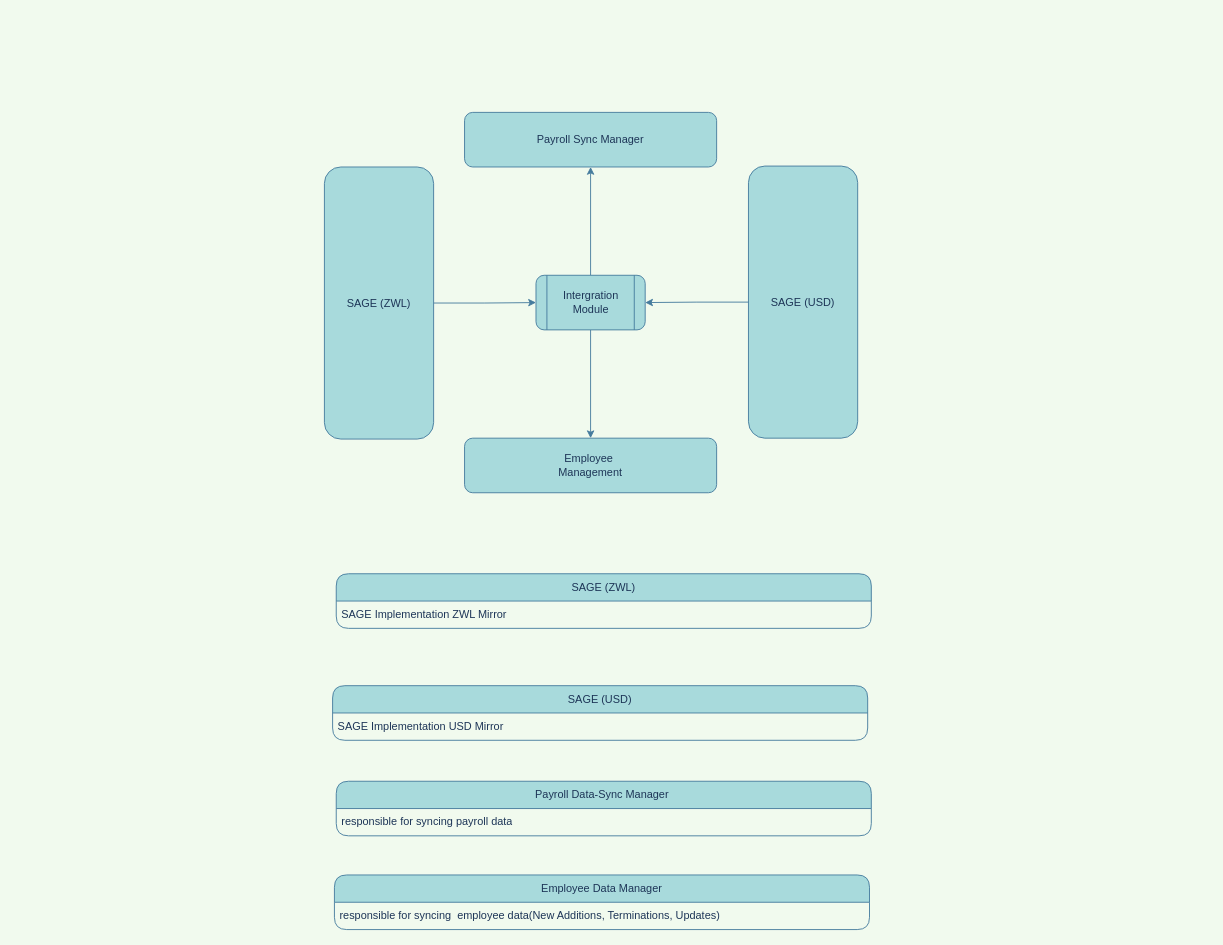
This is sage2sage.drawio from nyashaChiza/design, a draw.io file, before an edit. Source tidied: cells renumbered, new cells numbered last; positions are measured from the earlier drawing's top-left corner, leaving out a move shared by most shapes. Both pictures are drawn from the tidied source at 91%, with x=0, y=0 at pixel (324, 112).
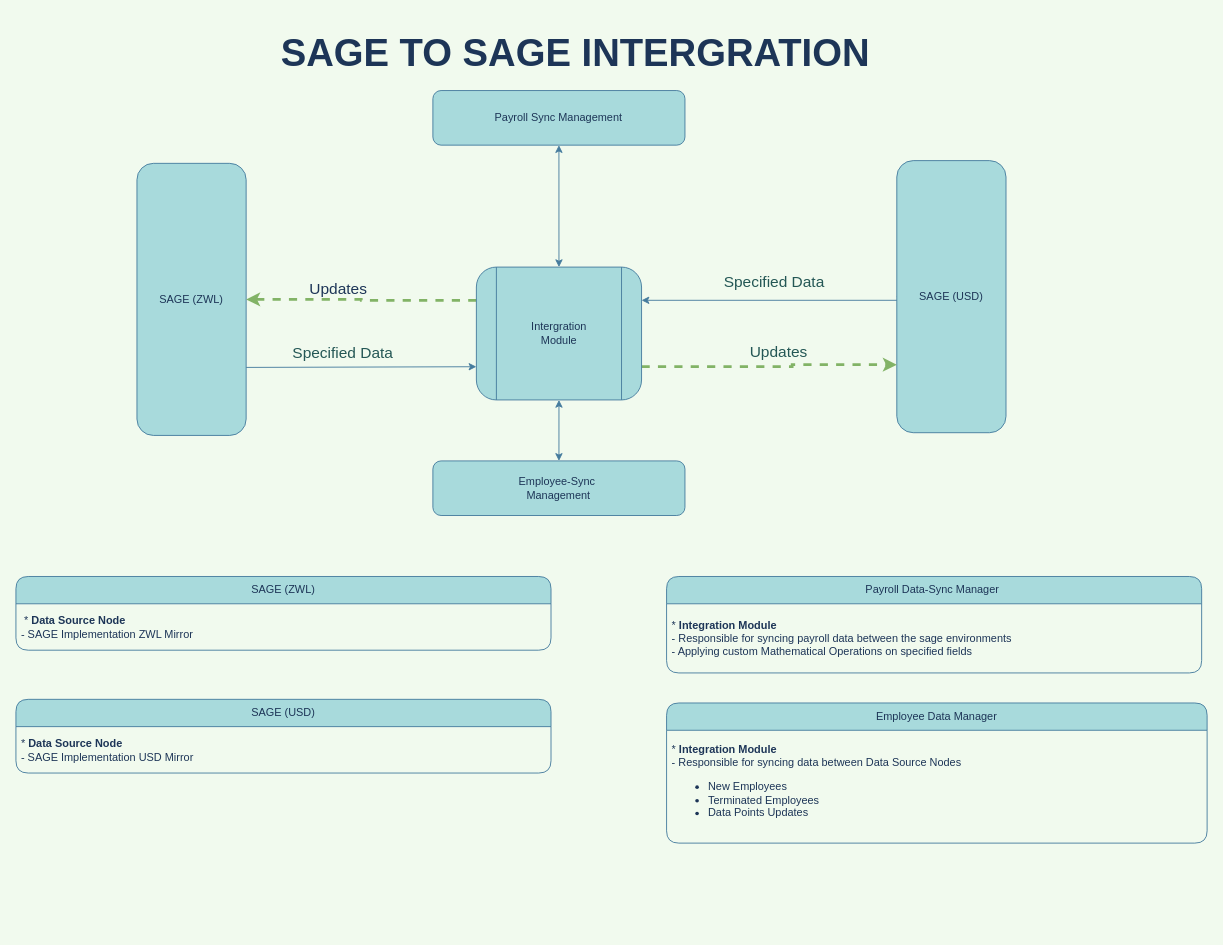
The same page after the edit.

Diff of the diagram source:
```diff
@@
-    <mxCell id="2" style="edgeStyle=orthogonalEdgeStyle;rounded=0;jettySize=auto;html=1;exitX=1;exitY=0.5;exitDx=0;exitDy=0;labelBackgroundColor=#F1FAEE;strokeColor=#457B9D;fontColor=#1D3557;" parent="1" edge="1" source="3" target="8">
-      <mxGeometry relative="1" as="geometry" />
-    </mxCell>
     <mxCell id="3" value="SAGE (ZWL)" style="rounded=1;whiteSpace=wrap;html=1;fillColor=#A8DADC;strokeColor=#457B9D;fontColor=#1D3557;" parent="1" vertex="1">
-      <mxGeometry y="60" width="120" height="299" as="geometry" />
+      <mxGeometry x="-206" y="56" width="120" height="299" as="geometry" />
     </mxCell>
-    <mxCell id="4" style="edgeStyle=orthogonalEdgeStyle;rounded=0;jettySize=auto;html=1;exitX=0;exitY=0.5;exitDx=0;exitDy=0;entryX=1;entryY=0.5;entryDx=0;entryDy=0;labelBackgroundColor=#F1FAEE;strokeColor=#457B9D;fontColor=#1D3557;" parent="1" edge="1" source="5" target="8">
-      <mxGeometry relative="1" as="geometry" />
+    <mxCell id="4" style="edgeStyle=orthogonalEdgeStyle;rounded=0;jettySize=auto;html=1;exitX=0;exitY=0.5;exitDx=0;exitDy=0;entryX=1;entryY=0.25;entryDx=0;entryDy=0;labelBackgroundColor=#F1FAEE;strokeColor=#457B9D;fontColor=#1D3557;" parent="1" edge="1" source="5" target="8">
+      <mxGeometry relative="1" as="geometry">
+        <Array as="points">
+          <mxPoint x="679" y="206" />
+        </Array>
+      </mxGeometry>
     </mxCell>
     <mxCell id="5" value="SAGE (USD)" style="rounded=1;whiteSpace=wrap;html=1;fillColor=#A8DADC;strokeColor=#457B9D;fontColor=#1D3557;" parent="1" vertex="1">
-      <mxGeometry x="466" y="59" width="120" height="299" as="geometry" />
+      <mxGeometry x="629" y="53" width="120" height="299" as="geometry" />
     </mxCell>
-    <mxCell id="6" style="edgeStyle=orthogonalEdgeStyle;rounded=0;jettySize=auto;html=1;exitX=0.5;exitY=0;exitDx=0;exitDy=0;entryX=0.5;entryY=1;entryDx=0;entryDy=0;labelBackgroundColor=#F1FAEE;strokeColor=#457B9D;fontColor=#1D3557;" parent="1" edge="1" source="8" target="10">
-      <mxGeometry relative="1" as="geometry" />
-    </mxCell>
-    <mxCell id="7" style="edgeStyle=orthogonalEdgeStyle;rounded=0;jettySize=auto;html=1;exitX=0.5;exitY=1;exitDx=0;exitDy=0;labelBackgroundColor=#F1FAEE;strokeColor=#457B9D;fontColor=#1D3557;" parent="1" edge="1" source="8" target="9">
-      <mxGeometry relative="1" as="geometry" />
-    </mxCell>
+    <mxCell id="19" style="edgeStyle=orthogonalEdgeStyle;rounded=0;jettySize=auto;html=1;exitX=0;exitY=0.25;exitDx=0;exitDy=0;entryX=1;entryY=0.5;entryDx=0;entryDy=0;strokeColor=#82b366;fontSize=42;fontColor=#1D3557;fillColor=#d5e8d4;dashed=1;strokeWidth=3;" parent="1" edge="1" source="8" target="3">
+      <mxGeometry relative="1" as="geometry" />
+    </mxCell>
+    <mxCell id="20" style="edgeStyle=orthogonalEdgeStyle;rounded=0;jettySize=auto;html=1;exitX=1;exitY=0.75;exitDx=0;exitDy=0;entryX=0;entryY=0.75;entryDx=0;entryDy=0;dashed=1;strokeColor=#82b366;strokeWidth=3;fontSize=17;fontColor=#1D5732;fillColor=#d5e8d4;" parent="1" edge="1" source="8" target="5">
+      <mxGeometry relative="1" as="geometry">
+        <Array as="points">
+          <mxPoint x="514" y="280" />
+          <mxPoint x="514" y="277" />
+        </Array>
+      </mxGeometry>
+    </mxCell>
     <mxCell id="8" value="Intergration&lt;br&gt;Module&lt;br&gt;" style="shape=process;whiteSpace=wrap;html=1;backgroundOutline=1;rounded=1;fillColor=#A8DADC;strokeColor=#457B9D;fontColor=#1D3557;" parent="1" vertex="1">
-      <mxGeometry x="232.5" y="179" width="120" height="60" as="geometry" />
+      <mxGeometry x="167" y="170" width="181.5" height="146" as="geometry" />
     </mxCell>
-    <mxCell id="9" value="Employee&amp;nbsp;&lt;br&gt;Management" style="whiteSpace=wrap;html=1;rounded=1;strokeColor=#457B9D;fillColor=#A8DADC;fontColor=#1D3557;" parent="1" vertex="1">
-      <mxGeometry x="154" y="358" width="277" height="60" as="geometry" />
+    <mxCell id="9" value="Employee-Sync&amp;nbsp;&lt;br&gt;Management" style="whiteSpace=wrap;html=1;rounded=1;strokeColor=#457B9D;fillColor=#A8DADC;fontColor=#1D3557;" parent="1" vertex="1">
+      <mxGeometry x="119.2" y="383" width="277" height="60" as="geometry" />
     </mxCell>
-    <mxCell id="10" value="Payroll Sync Manager" style="whiteSpace=wrap;html=1;rounded=1;strokeColor=#457B9D;fillColor=#A8DADC;fontColor=#1D3557;" parent="1" vertex="1">
-      <mxGeometry x="154" width="277" height="60" as="geometry" />
+    <mxCell id="10" value="Payroll Sync Management" style="whiteSpace=wrap;html=1;rounded=1;strokeColor=#457B9D;fillColor=#A8DADC;fontColor=#1D3557;" parent="1" vertex="1">
+      <mxGeometry x="119.2" y="-24" width="277" height="60" as="geometry" />
     </mxCell>
     <mxCell id="11" value="SAGE (USD)" style="swimlane;fontStyle=0;horizontal=1;startSize=30;whiteSpace=wrap;html=1;strokeColor=#457B9D;fontColor=#1D3557;fillColor=#A8DADC;rounded=1;" parent="1" vertex="1">
-      <mxGeometry x="9" y="630" width="588" height="60" as="geometry" />
+      <mxGeometry x="-339" y="645" width="588" height="81" as="geometry" />
     </mxCell>
-    <mxCell id="12" value="SAGE Implementation USD Mirror&amp;nbsp;" style="text;strokeColor=none;fillColor=none;align=left;verticalAlign=middle;spacingLeft=4;spacingRight=4;overflow=hidden;whiteSpace=wrap;html=1;fontColor=#1D3557;" parent="11" vertex="1">
-      <mxGeometry y="30" width="588" height="30" as="geometry" />
+    <mxCell id="12" value="* &lt;b&gt;Data Source Node&lt;/b&gt;&lt;br&gt;- SAGE Implementation USD Mirror&amp;nbsp;" style="text;strokeColor=none;fillColor=none;align=left;verticalAlign=middle;spacingLeft=4;spacingRight=4;overflow=hidden;whiteSpace=wrap;html=1;fontColor=#1D3557;" parent="11" vertex="1">
+      <mxGeometry y="30" width="588" height="51" as="geometry" />
     </mxCell>
     <mxCell id="13" value="SAGE (ZWL)" style="swimlane;fontStyle=0;horizontal=1;startSize=30;whiteSpace=wrap;html=1;strokeColor=#457B9D;fontColor=#1D3557;fillColor=#A8DADC;rounded=1;" parent="1" vertex="1">
-      <mxGeometry x="13" y="507" width="588" height="60" as="geometry" />
+      <mxGeometry x="-339" y="510" width="588" height="81" as="geometry" />
     </mxCell>
-    <mxCell id="14" value="SAGE Implementation ZWL Mirror&amp;nbsp;" style="text;strokeColor=none;fillColor=none;align=left;verticalAlign=middle;spacingLeft=4;spacingRight=4;overflow=hidden;whiteSpace=wrap;html=1;fontColor=#1D3557;" parent="13" vertex="1">
-      <mxGeometry y="30" width="588" height="30" as="geometry" />
+    <mxCell id="14" value="&amp;nbsp;* &lt;b&gt;Data Source Node&lt;/b&gt;&lt;br&gt;- SAGE Implementation ZWL Mirror&amp;nbsp;" style="text;strokeColor=none;fillColor=none;align=left;verticalAlign=middle;spacingLeft=4;spacingRight=4;overflow=hidden;whiteSpace=wrap;html=1;fontColor=#1D3557;" parent="13" vertex="1">
+      <mxGeometry y="30" width="588" height="51" as="geometry" />
     </mxCell>
     <mxCell id="15" value="Payroll Data-Sync Manager&amp;nbsp;" style="swimlane;fontStyle=0;horizontal=1;startSize=30;whiteSpace=wrap;html=1;strokeColor=#457B9D;fontColor=#1D3557;fillColor=#A8DADC;rounded=1;" parent="1" vertex="1">
-      <mxGeometry x="13" y="735" width="588" height="60" as="geometry" />
+      <mxGeometry x="376" y="510" width="588" height="106" as="geometry" />
     </mxCell>
-    <mxCell id="16" value="responsible for syncing payroll data" style="text;strokeColor=none;fillColor=none;align=left;verticalAlign=middle;spacingLeft=4;spacingRight=4;overflow=hidden;whiteSpace=wrap;html=1;fontColor=#1D3557;" parent="15" vertex="1">
-      <mxGeometry y="30" width="588" height="30" as="geometry" />
+    <mxCell id="16" value="* &lt;b&gt;Integration Module&lt;/b&gt;&lt;br&gt;- Responsible for syncing payroll data between the sage environments&lt;br&gt;- Applying custom Mathematical Operations on specified fields&amp;nbsp;" style="text;strokeColor=none;fillColor=none;align=left;verticalAlign=middle;spacingLeft=4;spacingRight=4;overflow=hidden;whiteSpace=wrap;html=1;fontColor=#1D3557;" parent="15" vertex="1">
+      <mxGeometry y="30" width="588" height="76" as="geometry" />
     </mxCell>
     <mxCell id="17" value="Employee Data Manager" style="swimlane;fontStyle=0;horizontal=1;startSize=30;whiteSpace=wrap;html=1;strokeColor=#457B9D;fontColor=#1D3557;fillColor=#A8DADC;rounded=1;" parent="1" vertex="1">
-      <mxGeometry x="11" y="838" width="588" height="60" as="geometry" />
+      <mxGeometry x="376" y="649" width="594" height="154" as="geometry" />
     </mxCell>
-    <mxCell id="18" value="responsible for syncing&amp;nbsp; employee data(New Additions, Terminations, Updates)" style="text;strokeColor=none;fillColor=none;align=left;verticalAlign=middle;spacingLeft=4;spacingRight=4;overflow=hidden;whiteSpace=wrap;html=1;fontColor=#1D3557;" parent="17" vertex="1">
-      <mxGeometry y="30" width="588" height="30" as="geometry" />
+    <mxCell id="18" value="* &lt;b&gt;Integration Module&lt;/b&gt;&lt;br&gt;- Responsible for syncing data between Data Source Nodes&lt;br&gt;&lt;ul&gt;&lt;li&gt;New Employees&amp;nbsp;&lt;/li&gt;&lt;li&gt;Terminated Employees&amp;nbsp;&lt;/li&gt;&lt;li&gt;Data Points Updates&lt;/li&gt;&lt;/ul&gt;" style="text;strokeColor=none;fillColor=none;align=left;verticalAlign=middle;spacingLeft=4;spacingRight=4;overflow=hidden;whiteSpace=wrap;html=1;fontColor=#1D3557;" parent="17" vertex="1">
+      <mxGeometry y="30" width="594" height="124" as="geometry" />
     </mxCell>
+    <mxCell id="21" value="&lt;h1&gt;&lt;font style=&quot;font-size: 42px;&quot;&gt;SAGE TO SAGE INTERGRATION&lt;/font&gt;&lt;/h1&gt;" style="text;html=1;strokeColor=none;fillColor=none;align=center;verticalAlign=middle;whiteSpace=wrap;rounded=0;fontColor=#1D3557;" parent="1" vertex="1">
+      <mxGeometry x="-86" y="-80" width="724" height="30" as="geometry" />
+    </mxCell>
+    <mxCell id="6" style="endArrow=classic;startArrow=classic;html=1;rounded=0;strokeColor=#457B9D;fontSize=42;fontColor=#1D3557;fillColor=#A8DADC;entryX=0.5;entryY=1;entryDx=0;entryDy=0;exitX=0.5;exitY=0;exitDx=0;exitDy=0;" parent="1" edge="1" source="8" target="10">
+      <mxGeometry relative="1" as="geometry" />
+    </mxCell>
+    <mxCell id="22" style="endArrow=classic;startArrow=classic;html=1;rounded=0;strokeColor=#457B9D;fontSize=42;fontColor=#1D3557;fillColor=#A8DADC;entryX=0.5;entryY=1;entryDx=0;entryDy=0;" parent="1" edge="1" source="9" target="8">
+      <mxGeometry relative="1" as="geometry" />
+    </mxCell>
+    <mxCell id="2" style="endArrow=classic;html=1;rounded=0;strokeColor=#457B9D;fontSize=42;fontColor=#1D3557;fillColor=#A8DADC;entryX=0;entryY=0.75;entryDx=0;entryDy=0;exitX=1;exitY=0.75;exitDx=0;exitDy=0;" parent="1" edge="1" source="3" target="8">
+      <mxGeometry relative="1" as="geometry" />
+    </mxCell>
+    <mxCell id="23" value="Updates" style="text;html=1;align=center;verticalAlign=middle;strokeColor=none;fillColor=none;fontSize=17;fontColor=#1D3557;" parent="1" vertex="1">
+      <mxGeometry x="-26" y="179" width="81" height="32" as="geometry" />
+    </mxCell>
+    <mxCell id="24" value="Specified Data" style="text;html=1;align=center;verticalAlign=middle;strokeColor=none;fillColor=none;fontSize=17;fontColor=#245755;" parent="1" vertex="1">
+      <mxGeometry x="-45" y="249" width="129" height="32" as="geometry" />
+    </mxCell>
+    <mxCell id="25" value="Updates" style="text;html=1;align=center;verticalAlign=middle;strokeColor=none;fillColor=none;fontSize=17;fontColor=#245755;" parent="1" vertex="1">
+      <mxGeometry x="458" y="248" width="81" height="32" as="geometry" />
+    </mxCell>
+    <mxCell id="26" value="Specified Data" style="text;html=1;align=center;verticalAlign=middle;strokeColor=none;fillColor=none;fontSize=17;fontColor=#245755;" parent="1" vertex="1">
+      <mxGeometry x="429" y="171" width="129" height="32" as="geometry" />
+    </mxCell>
```
